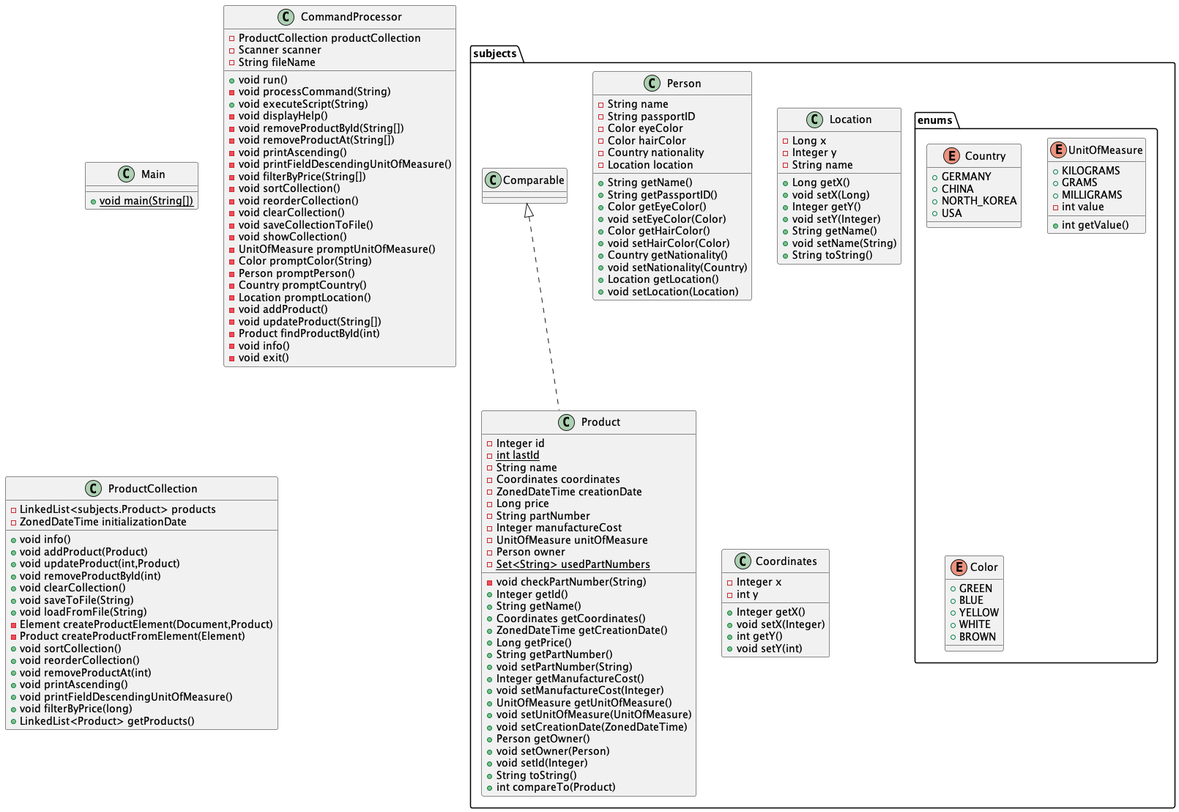
mike-yasnov/ITMO keeps this PlantUML diagram as Программирование/Lab5/lab5.png. Above is the earlier version. Its diagram source:
```plantuml
@startuml
class Main {
+ {static} void main(String[])
}
class subjects.Person {
- String name
- String passportID
- Color eyeColor
- Color hairColor
- Country nationality
- Location location
+ String getName()
+ String getPassportID()
+ Color getEyeColor()
+ void setEyeColor(Color)
+ Color getHairColor()
+ void setHairColor(Color)
+ Country getNationality()
+ void setNationality(Country)
+ Location getLocation()
+ void setLocation(Location)
}
class subjects.Product {
- Integer id
- {static} int lastId
- String name
- Coordinates coordinates
- ZonedDateTime creationDate
- Long price
- String partNumber
- Integer manufactureCost
- UnitOfMeasure unitOfMeasure
- Person owner
- {static} Set<String> usedPartNumbers
- void checkPartNumber(String)
+ Integer getId()
+ String getName()
+ Coordinates getCoordinates()
+ ZonedDateTime getCreationDate()
+ Long getPrice()
+ String getPartNumber()
+ void setPartNumber(String)
+ Integer getManufactureCost()
+ void setManufactureCost(Integer)
+ UnitOfMeasure getUnitOfMeasure()
+ void setUnitOfMeasure(UnitOfMeasure)
+ void setCreationDate(ZonedDateTime)
+ Person getOwner()
+ void setOwner(Person)
+ void setId(Integer)
+ String toString()
+ int compareTo(Product)
}
class subjects.Location {
- Long x
- Integer y
- String name
+ Long getX()
+ void setX(Long)
+ Integer getY()
+ void setY(Integer)
+ String getName()
+ void setName(String)
+ String toString()
}
class CommandProcessor {
- ProductCollection productCollection
- Scanner scanner
- String fileName
+ void run()
- void processCommand(String)
+ void executeScript(String)
- void displayHelp()
- void removeProductById(String[])
- void removeProductAt(String[])
- void printAscending()
- void printFieldDescendingUnitOfMeasure()
- void filterByPrice(String[])
- void sortCollection()
- void reorderCollection()
- void clearCollection()
- void saveCollectionToFile()
- void showCollection()
- UnitOfMeasure promptUnitOfMeasure()
- Color promptColor(String)
- Person promptPerson()
- Country promptCountry()
- Location promptLocation()
- void addProduct()
- void updateProduct(String[])
- Product findProductById(int)
- void info()
- void exit()
}
enum subjects.enums.Country {
+  GERMANY
+  CHINA
+  NORTH_KOREA
+  USA
}
class subjects.Coordinates {
- Integer x
- int y
+ Integer getX()
+ void setX(Integer)
+ int getY()
+ void setY(int)
}
enum subjects.enums.UnitOfMeasure {
+  KILOGRAMS
+  GRAMS
+  MILLIGRAMS
- int value
+ int getValue()
}
enum subjects.enums.Color {
+  GREEN
+  BLUE
+  YELLOW
+  WHITE
+  BROWN
}
class ProductCollection {
- LinkedList<subjects.Product> products
- ZonedDateTime initializationDate
+ void info()
+ void addProduct(Product)
+ void updateProduct(int,Product)
+ void removeProductById(int)
+ void clearCollection()
+ void saveToFile(String)
+ void loadFromFile(String)
- Element createProductElement(Document,Product)
- Product createProductFromElement(Element)
+ void sortCollection()
+ void reorderCollection()
+ void removeProductAt(int)
+ void printAscending()
+ void printFieldDescendingUnitOfMeasure()
+ void filterByPrice(long)
+ LinkedList<Product> getProducts()
}


subjects.Comparable <|.. subjects.Product
@enduml
```
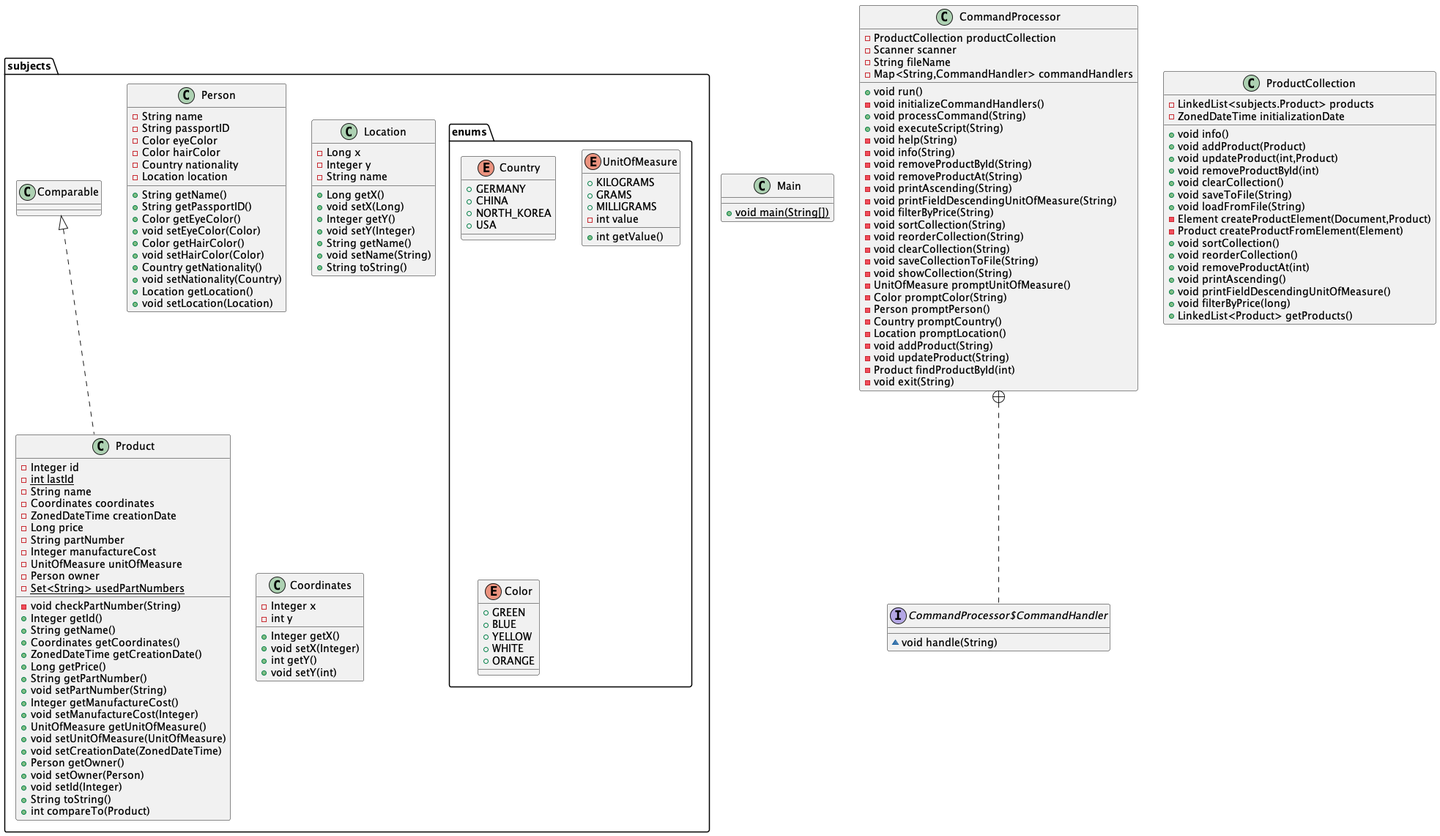
The same diagram one commit later.

Diff of the diagram source:
```diff
@@ -67,30 +67,35 @@
 - ProductCollection productCollection
 - Scanner scanner
 - String fileName
+- Map<String,CommandHandler> commandHandlers
 + void run()
-- void processCommand(String)
+- void initializeCommandHandlers()
++ void processCommand(String)
 + void executeScript(String)
-- void displayHelp()
-- void removeProductById(String[])
-- void removeProductAt(String[])
-- void printAscending()
-- void printFieldDescendingUnitOfMeasure()
-- void filterByPrice(String[])
-- void sortCollection()
-- void reorderCollection()
-- void clearCollection()
-- void saveCollectionToFile()
-- void showCollection()
+- void help(String)
+- void info(String)
+- void removeProductById(String)
+- void removeProductAt(String)
+- void printAscending(String)
+- void printFieldDescendingUnitOfMeasure(String)
+- void filterByPrice(String)
+- void sortCollection(String)
+- void reorderCollection(String)
+- void clearCollection(String)
+- void saveCollectionToFile(String)
+- void showCollection(String)
 - UnitOfMeasure promptUnitOfMeasure()
 - Color promptColor(String)
 - Person promptPerson()
 - Country promptCountry()
 - Location promptLocation()
-- void addProduct()
-- void updateProduct(String[])
+- void addProduct(String)
+- void updateProduct(String)
 - Product findProductById(int)
-- void info()
-- void exit()
+- void exit(String)
+}
+interface CommandProcessor$CommandHandler {
+~ void handle(String)
 }
 enum subjects.enums.Country {
 +  GERMANY
@@ -118,7 +123,7 @@
 +  BLUE
 +  YELLOW
 +  WHITE
-+  BROWN
++  ORANGE
 }
 class ProductCollection {
 - LinkedList<subjects.Product> products
@@ -143,4 +148,5 @@
 
 
 subjects.Comparable <|.. subjects.Product
+CommandProcessor +.. CommandProcessor$CommandHandler
 @enduml
```
